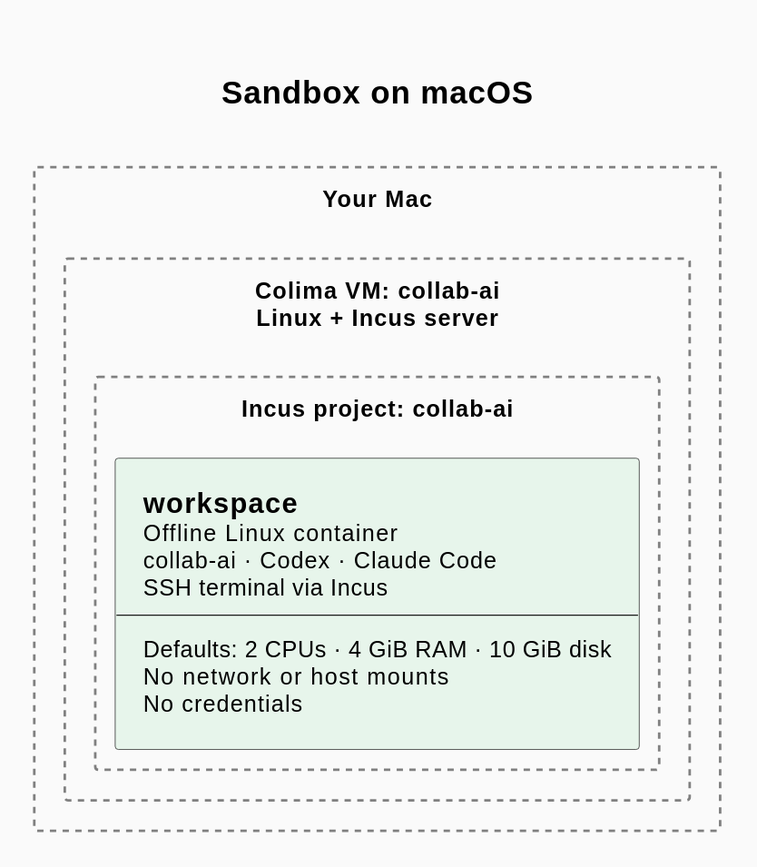
Above: docs/assets/sandbox-macos.svg in makarski/collab-ai (PlantUML), before the change. Its source is kept beside it as docs/assets/sandbox-macos.puml. The source it was exported from:
```plantuml
@startuml sandbox-macos

title Sandbox on macOS

<style>
title {
    FontSize 25
}
document {
    Margin 20
    BackgroundColor #fafafa
}
rectangle {
    LineStyle 5
    LineColor #grey
    LineThickness 2
}
.Workspace {
    BackgroundColor #e7f5eb
}
</style>

hide stereotype
skinparam {
    backgroundColor #fafafa
    shadowing false
    componentStyle rectangle
    defaultFontSize 18
    padding 12
}

rectangle "Your Mac" as Mac {
    rectangle "Colima VM: collab-ai\nLinux + Incus server" as VM {
rectangle "Incus project: collab-ai" as Project {
    component Workspace <<Workspace>> [
        =workspace
        Offline Linux container
        collab-ai · Codex · Claude Code
        SSH terminal via Incus
        --
        Defaults: 2 CPUs · 4 GiB RAM · 10 GiB disk
        No network or host mounts
        No credentials
    ]
}
    }
}

@enduml
```
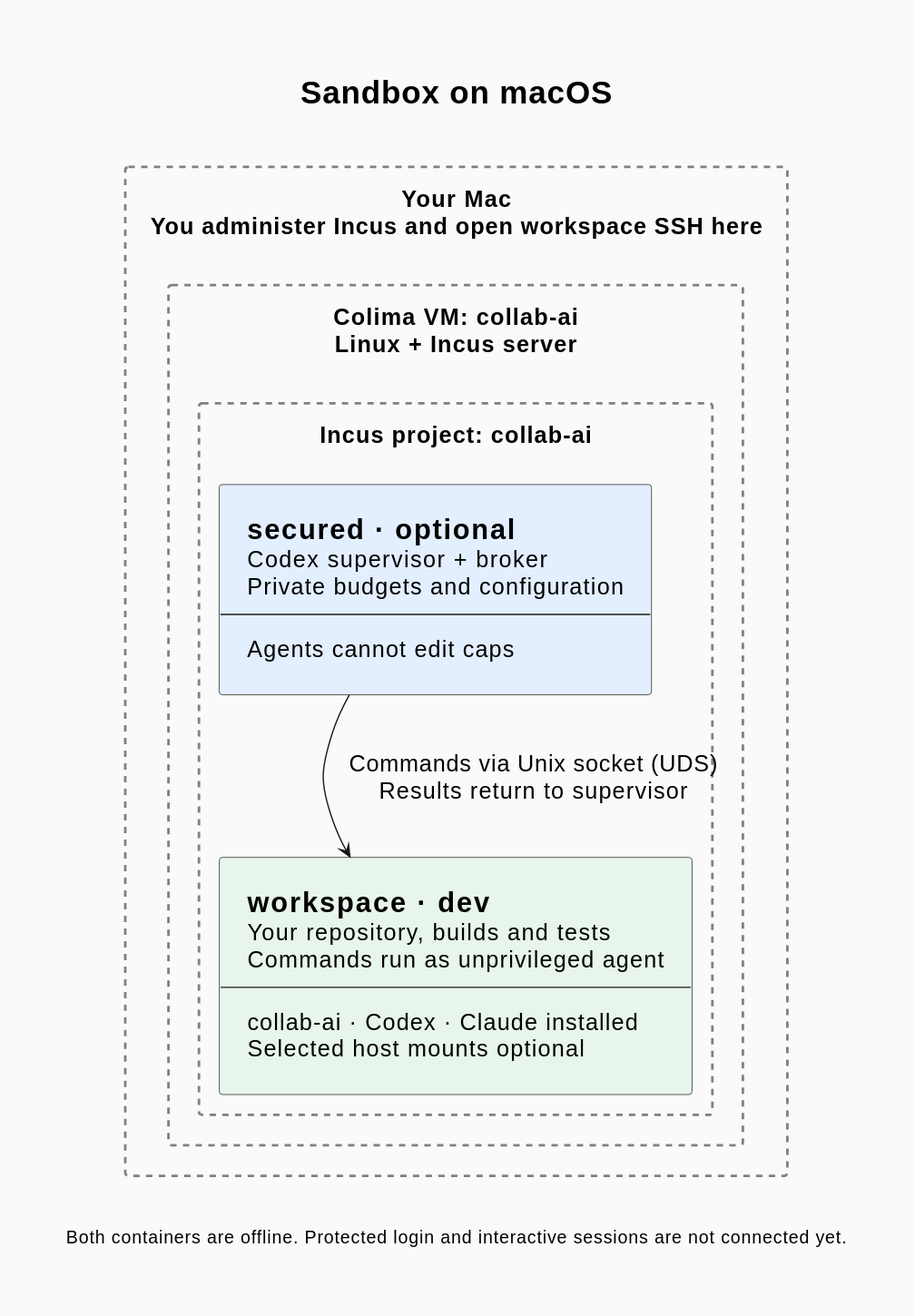
Later version of the same file.

Commit message:
docs: draft shared broker architecture and persistent agent storage

Diff of the diagram source:
```diff
@@ -18,6 +18,9 @@
 .Workspace {
     BackgroundColor #e7f5eb
 }
+.Secured {
+    BackgroundColor #e3efff
+}
 </style>
 
 hide stereotype
@@ -29,21 +32,29 @@
     padding 12
 }
 
-rectangle "Your Mac" as Mac {
+rectangle "Your Mac\nYou administer Incus and open workspace SSH here" as Mac {
     rectangle "Colima VM: collab-ai\nLinux + Incus server" as VM {
 rectangle "Incus project: collab-ai" as Project {
+    component Secured <<Secured>> [
+        =secured · optional
+        Codex supervisor + broker
+        Private budgets and configuration
+        --
+        Agents cannot edit caps
+    ]
     component Workspace <<Workspace>> [
-        =workspace
-        Offline Linux container
-        collab-ai · Codex · Claude Code
-        SSH terminal via Incus
+        =workspace · dev
+        Your repository, builds and tests
+        Commands run as unprivileged agent
         --
-        Defaults: 2 CPUs · 4 GiB RAM · 10 GiB disk
-        No network or host mounts
-        No credentials
+        collab-ai · Codex · Claude installed
+        Selected host mounts optional
     ]
 }
     }
+Secured -down-> Workspace : Commands via Unix socket (UDS)\nResults return to supervisor
 }
 
+caption Both containers are offline. Protected login and interactive sessions are not connected yet.
+
 @enduml
```
